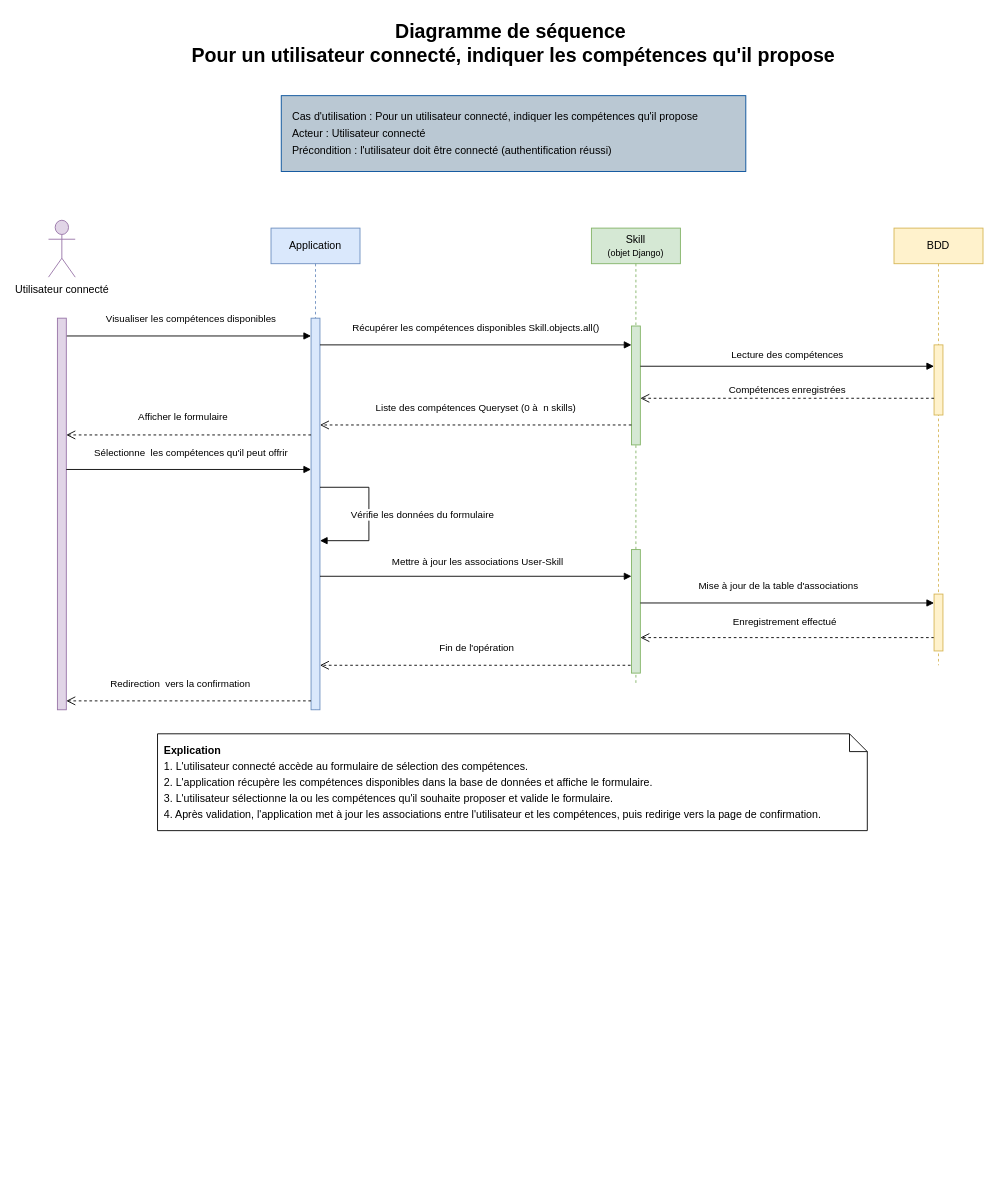
This is page "diagramme de séquence" (3 of 4) of doc/UMLSkillsExchange.drawio from alfaro-b/Eval_Web_Python, a draw.io file, before an edit. Source tidied: cells renumbered, new cells numbered last; positions are measured from the earlier drawing's top-left corner, leaving out a move shared by most shapes. Both pictures are drawn from the tidied source at 89%, with x=0, y=0 at pixel (48, 15).
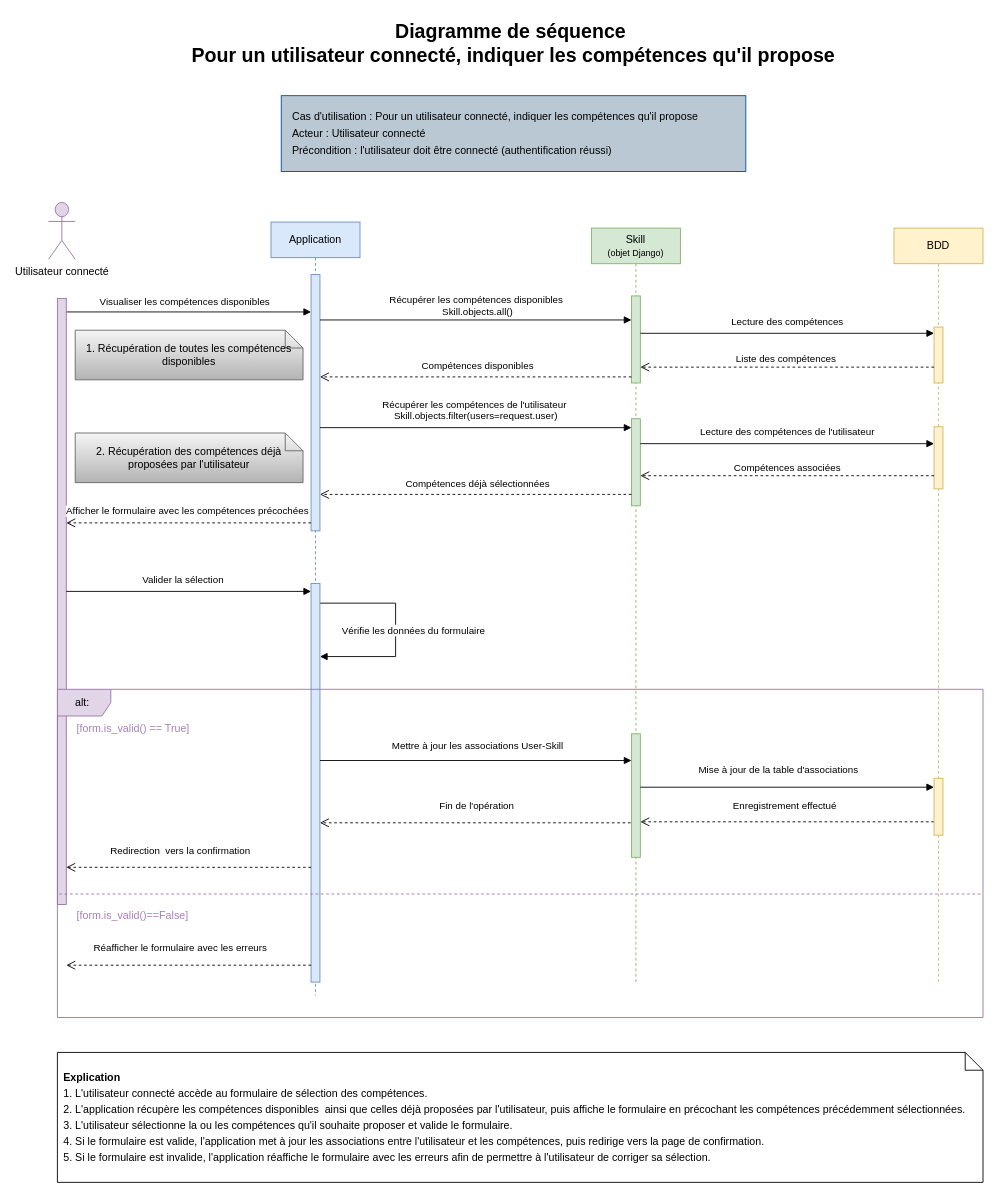
Above is the later version.

Commit message (it also covers changes not shown here):
Correction : modif du diagramme de séquence

The edit, as a diff of the source:
```diff
@@
     <mxCell id="2" value="BDD" style="shape=umlLifeline;perimeter=lifelinePerimeter;whiteSpace=wrap;html=1;newEdgeStyle={&quot;curved&quot;:0,&quot;rounded&quot;:0};fillColor=#fff2cc;strokeColor=#d6b656;" parent="1" vertex="1">
-      <mxGeometry x="950" y="238.8" width="100" height="491.2" as="geometry" />
+      <mxGeometry x="950" y="238.8" width="100" height="847.2" as="geometry" />
     </mxCell>
     <mxCell id="3" style="html=1;perimeter=orthogonalPerimeter;targetShapes=umlLifeline;newEdgeStyle={&quot;curved&quot;:0,&quot;rounded&quot;:0};fillColor=#fff2cc;strokeColor=#d6b656;" parent="2" vertex="1">
-      <mxGeometry x="45" y="131.2" width="10" height="78.8" as="geometry" />
+      <mxGeometry x="45" y="111.2" width="10" height="62.8" as="geometry" />
     </mxCell>
+    <mxCell id="29" style="html=1;perimeter=orthogonalPerimeter;targetShapes=umlLifeline;newEdgeStyle={&quot;curved&quot;:0,&quot;rounded&quot;:0};fillColor=#fff2cc;strokeColor=#d6b656;" parent="2" vertex="1">
+      <mxGeometry x="45" y="223.2" width="10" height="69.8" as="geometry" />
+    </mxCell>
     <mxCell id="4" value="Application" style="shape=umlLifeline;perimeter=lifelinePerimeter;whiteSpace=wrap;html=1;newEdgeStyle={&quot;curved&quot;:0,&quot;rounded&quot;:0};fillColor=#dae8fc;strokeColor=#6c8ebf;" parent="1" vertex="1">
-      <mxGeometry x="250" y="238.8" width="100" height="541.2" as="geometry" />
+      <mxGeometry x="250" y="232" width="100" height="869" as="geometry" />
     </mxCell>
     <mxCell id="5" style="html=1;points=[[0,0,0,0,5],[0,1,0,0,-5],[1,0,0,0,5],[1,1,0,0,-5]];perimeter=orthogonalPerimeter;outlineConnect=0;targetShapes=umlLifeline;portConstraint=eastwest;newEdgeStyle={&quot;curved&quot;:0,&quot;rounded&quot;:0};fillColor=#dae8fc;strokeColor=#6c8ebf;" parent="4" vertex="1">
-      <mxGeometry x="45" y="101.2" width="10" height="440" as="geometry" />
+      <mxGeometry x="45" y="59" width="10" height="288" as="geometry" />
     </mxCell>
     <mxCell id="6" value="Vérifie les données du formulaire" style="html=1;verticalAlign=bottom;endArrow=block;curved=0;rounded=0;edgeStyle=orthogonalEdgeStyle;innerLoopWaypoints=1;" parent="4" edge="1">
-      <mxGeometry x="0.12" y="60" relative="1" as="geometry">
-        <mxPoint x="55" y="291.2" as="sourcePoint" />
-        <mxPoint x="55" y="351.2" as="targetPoint" />
+      <mxGeometry x="0.09" y="20" relative="1" as="geometry">
+        <mxPoint x="55" y="428.2" as="sourcePoint" />
+        <mxPoint x="55" y="488.2" as="targetPoint" />
         <Array as="points">
-          <mxPoint x="110" y="291.2" />
-          <mxPoint x="110" y="351.2" />
+          <mxPoint x="140" y="428.2" />
+          <mxPoint x="140" y="488.2" />
         </Array>
       </mxGeometry>
     </mxCell>
+    <mxCell id="30" style="html=1;perimeter=orthogonalPerimeter;targetShapes=umlLifeline;newEdgeStyle={&quot;curved&quot;:0,&quot;rounded&quot;:0};fillColor=#dae8fc;strokeColor=#6c8ebf;" parent="4" vertex="1">
+      <mxGeometry x="45" y="406" width="10" height="448" as="geometry" />
+    </mxCell>
     <mxCell id="7" value="Skill&lt;div&gt;&lt;font style=&quot;font-size: 10px;&quot;&gt;(objet Django)&lt;/font&gt;&lt;/div&gt;" style="shape=umlLifeline;perimeter=lifelinePerimeter;whiteSpace=wrap;html=1;newEdgeStyle={&quot;curved&quot;:0,&quot;rounded&quot;:0};fillColor=#d5e8d4;strokeColor=#82b366;" parent="1" vertex="1">
-      <mxGeometry x="610" y="238.8" width="100" height="511.2" as="geometry" />
+      <mxGeometry x="610" y="238.8" width="100" height="847.2" as="geometry" />
     </mxCell>
     <mxCell id="8" style="html=1;points=[[0,0,0,0,5],[0,1,0,0,-5],[1,0,0,0,5],[1,1,0,0,-5]];perimeter=orthogonalPerimeter;outlineConnect=0;targetShapes=umlLifeline;portConstraint=eastwest;newEdgeStyle={&quot;curved&quot;:0,&quot;rounded&quot;:0};fillColor=#d5e8d4;strokeColor=#82b366;" parent="7" vertex="1">
-      <mxGeometry x="45" y="110" width="10" height="133.6" as="geometry" />
+      <mxGeometry x="45" y="76.2" width="10" height="97.8" as="geometry" />
     </mxCell>
     <mxCell id="9" style="html=1;points=[[0,0,0,0,5],[0,1,0,0,-5],[1,0,0,0,5],[1,1,0,0,-5]];perimeter=orthogonalPerimeter;outlineConnect=0;targetShapes=umlLifeline;portConstraint=eastwest;newEdgeStyle={&quot;curved&quot;:0,&quot;rounded&quot;:0};fillColor=#d5e8d4;strokeColor=#82b366;" parent="7" vertex="1">
-      <mxGeometry x="45" y="361.2" width="10" height="138.8" as="geometry" />
+      <mxGeometry x="45" y="568.2" width="10" height="138.8" as="geometry" />
     </mxCell>
+    <mxCell id="31" style="html=1;perimeter=orthogonalPerimeter;targetShapes=umlLifeline;newEdgeStyle={&quot;curved&quot;:0,&quot;rounded&quot;:0};fillColor=#d5e8d4;strokeColor=#82b366;" parent="7" vertex="1">
+      <mxGeometry x="45" y="214.2" width="10" height="97.8" as="geometry" />
+    </mxCell>
     <mxCell id="10" value="Utilisateur connecté" style="shape=umlActor;verticalLabelPosition=bottom;verticalAlign=top;html=1;fillColor=#e1d5e7;strokeColor=#9673a6;" parent="1" vertex="1">
-      <mxGeometry y="230" width="30" height="63.9" as="geometry" />
+      <mxGeometry y="210" width="30" height="63.9" as="geometry" />
     </mxCell>
-    <mxCell id="11" value="Visualiser les compétences disponibles" style="html=1;verticalAlign=bottom;endArrow=block;curved=0;rounded=0;" parent="1" edge="1" target="5">
-      <mxGeometry x="0.02" y="10" relative="1" as="geometry">
-        <mxPoint x="20" y="360" as="sourcePoint" />
+    <mxCell id="11" value="Visualiser les compétences disponibles" style="html=1;verticalAlign=bottom;endArrow=block;curved=0;rounded=0;" parent="1" edge="1">
+      <mxGeometry x="-0.03" y="2" relative="1" as="geometry">
+        <mxPoint x="20" y="333" as="sourcePoint" />
+        <mxPoint x="295" y="333" as="targetPoint" />
       </mxGeometry>
     </mxCell>
     <mxCell id="12" style="html=1;perimeter=orthogonalPerimeter;targetShapes=umlLifeline;newEdgeStyle={&quot;curved&quot;:0,&quot;rounded&quot;:0};fillColor=#e1d5e7;strokeColor=#9673a6;" parent="1" vertex="1">
-      <mxGeometry x="10" y="340" width="10" height="440" as="geometry" />
+      <mxGeometry x="10" y="317.8" width="10" height="681" as="geometry" />
     </mxCell>
-    <mxCell id="13" value="Récupérer les compétences disponibles Skill.objects.all()" style="html=1;verticalAlign=bottom;endArrow=block;curved=0;rounded=0;" parent="1" edge="1" target="8">
-      <mxGeometry y="10" relative="1" as="geometry">
-        <mxPoint x="305" y="370" as="sourcePoint" />
+    <mxCell id="13" value="Récupérer les compétences disponibles&amp;nbsp;&lt;div&gt;Skill.objects.all()&lt;/div&gt;" style="html=1;verticalAlign=bottom;endArrow=block;curved=0;rounded=0;" parent="1" edge="1">
+      <mxGeometry x="0.01" relative="1" as="geometry">
+        <mxPoint x="305" y="342" as="sourcePoint" />
+        <mxPoint x="655" y="342" as="targetPoint" />
       </mxGeometry>
     </mxCell>
-    <mxCell id="14" value="Liste des compétences Queryset (0 à&amp;nbsp; n skills)" style="html=1;verticalAlign=bottom;endArrow=open;dashed=1;endSize=8;curved=0;rounded=0;" parent="1" edge="1" source="8">
-      <mxGeometry y="-10" relative="1" as="geometry">
-        <mxPoint x="305" y="460" as="targetPoint" />
+    <mxCell id="14" value="Compétences disponibles" style="html=1;verticalAlign=bottom;endArrow=open;dashed=1;endSize=8;curved=0;rounded=0;" parent="1" edge="1">
+      <mxGeometry x="-0.01" y="-3" relative="1" as="geometry">
+        <mxPoint x="655" y="406" as="sourcePoint" />
+        <mxPoint x="305" y="406" as="targetPoint" />
       </mxGeometry>
     </mxCell>
     <mxCell id="15" value="Fin de l'opération" style="html=1;verticalAlign=bottom;endArrow=open;dashed=1;endSize=8;curved=0;rounded=0;exitX=-0.1;exitY=0.854;exitDx=0;exitDy=0;exitPerimeter=0;" parent="1" edge="1">
       <mxGeometry x="-0.01" y="-10" relative="1" as="geometry">
-        <mxPoint x="654" y="730" as="sourcePoint" />
-        <mxPoint x="305" y="730" as="targetPoint" />
+        <mxPoint x="654" y="907" as="sourcePoint" />
+        <mxPoint x="305" y="907" as="targetPoint" />
       </mxGeometry>
     </mxCell>
@@
-    <mxCell id="18" value="&lt;div style=&quot;line-height: 150%;&quot;&gt;&lt;b&gt;Explication&lt;/b&gt;&lt;div&gt;1. L'utilisateur connecté accède au formulaire de sélection des compétences.&lt;/div&gt;&lt;div&gt;2. L'application récupère les compétences disponibles dans la base de données et affiche le formulaire.&lt;/div&gt;&lt;div&gt;3. L'utilisateur sélectionne la ou les compétences qu'il souhaite proposer et valide le formulaire.&lt;/div&gt;&lt;div&gt;4. Après validation, l'application met à jour les associations entre l'utilisateur et les compétences, puis redirige vers la page de confirmation.&lt;/div&gt;&lt;/div&gt;" style="shape=note;size=20;whiteSpace=wrap;html=1;align=left;spacingLeft=5;" parent="1" vertex="1">
-      <mxGeometry x="122.5" y="807" width="797.5" height="108.8" as="geometry" />
+    <mxCell id="18" value="&lt;div style=&quot;line-height: 150%;&quot;&gt;&lt;b&gt;Explication&lt;/b&gt;&lt;div&gt;1. L'utilisateur connecté accède au formulaire de sélection des compétences.&lt;/div&gt;&lt;div&gt;2. L'application récupère les compétences disponibles&amp;nbsp; ainsi que celles déjà proposées par l'utilisateur, puis affiche le formulaire en précochant les compétences précédemment sélectionnées.&lt;/div&gt;&lt;div&gt;3. L'utilisateur sélectionne la ou les compétences qu'il souhaite proposer et valide le formulaire.&lt;/div&gt;&lt;div&gt;4. Si le formulaire est valide, l'application met à jour les associations entre l'utilisateur et les compétences, puis redirige vers la page de confirmation.&lt;/div&gt;&lt;div&gt;5. Si le formulaire est invalide, l'application réaffiche le formulaire avec les erreurs afin de permettre à l'utilisateur de corriger sa sélection.&lt;/div&gt;&lt;/div&gt;" style="shape=note;size=20;whiteSpace=wrap;html=1;align=left;spacingLeft=5;" parent="1" vertex="1">
+      <mxGeometry x="10" y="1165" width="1040" height="146" as="geometry" />
     </mxCell>
-    <mxCell id="19" value="Lecture des compétences" style="html=1;verticalAlign=bottom;endArrow=block;curved=0;rounded=0;" parent="1" edge="1" source="8">
+    <mxCell id="19" value="Lecture des compétences" style="html=1;verticalAlign=bottom;endArrow=block;curved=0;rounded=0;" parent="1" edge="1">
       <mxGeometry y="4" relative="1" as="geometry">
-        <mxPoint x="995" y="394" as="targetPoint" />
+        <mxPoint x="665" y="357" as="sourcePoint" />
+        <mxPoint x="995" y="357" as="targetPoint" />
       </mxGeometry>
     </mxCell>
-    <mxCell id="20" value="Compétences enregistrées" style="html=1;verticalAlign=bottom;endArrow=open;dashed=1;endSize=8;curved=0;rounded=0;" parent="1" edge="1" target="8">
+    <mxCell id="20" value="Liste des compétences&amp;nbsp;" style="html=1;verticalAlign=bottom;endArrow=open;dashed=1;endSize=8;curved=0;rounded=0;" parent="1" edge="1">
       <mxGeometry relative="1" as="geometry">
-        <mxPoint x="995" y="430" as="sourcePoint" />
+        <mxPoint x="995" y="395" as="sourcePoint" />
+        <mxPoint x="665" y="395" as="targetPoint" />
       </mxGeometry>
     </mxCell>
-    <mxCell id="21" value="Afficher le formulaire" style="html=1;verticalAlign=bottom;endArrow=open;dashed=1;endSize=8;curved=0;rounded=0;" parent="1" edge="1" source="5">
-      <mxGeometry x="0.05" y="-11" relative="1" as="geometry">
-        <mxPoint x="20" y="471.2" as="targetPoint" />
+    <mxCell id="21" value="Afficher le formulaire avec les compétences précochées" style="html=1;verticalAlign=bottom;endArrow=open;dashed=1;endSize=8;curved=0;rounded=0;" parent="1" edge="1">
+      <mxGeometry x="0.01" y="-4" relative="1" as="geometry">
+        <mxPoint x="295" y="570" as="sourcePoint" />
+        <mxPoint x="20" y="570" as="targetPoint" />
       </mxGeometry>
     </mxCell>
-    <mxCell id="22" value="Sélectionne&amp;nbsp; les compétences qu'il peut offrir" style="html=1;verticalAlign=bottom;endArrow=block;curved=0;rounded=0;" parent="1" edge="1" target="5">
-      <mxGeometry x="0.02" y="10" relative="1" as="geometry">
-        <mxPoint x="20" y="510" as="sourcePoint" />
+    <mxCell id="22" value="Valider la sélection" style="html=1;verticalAlign=bottom;endArrow=block;curved=0;rounded=0;" parent="1" edge="1">
+      <mxGeometry x="-0.05" y="4" relative="1" as="geometry">
+        <mxPoint x="20" y="647" as="sourcePoint" />
+        <mxPoint x="295" y="647" as="targetPoint" />
       </mxGeometry>
     </mxCell>
     <mxCell id="23" value="Mise à jour de la table d'associations" style="html=1;verticalAlign=bottom;endArrow=block;curved=0;rounded=0;" parent="1" edge="1" source="9">
       <mxGeometry x="-0.06" y="10" relative="1" as="geometry">
-        <mxPoint x="995" y="660" as="targetPoint" />
+        <mxPoint x="995" y="867" as="targetPoint" />
       </mxGeometry>
     </mxCell>
     <mxCell id="24" value="Enregistrement effectué" style="html=1;verticalAlign=bottom;endArrow=open;dashed=1;endSize=8;curved=0;rounded=0;" parent="1" edge="1" target="9">
       <mxGeometry x="0.02" y="-9" relative="1" as="geometry">
-        <mxPoint x="995" y="698.9" as="sourcePoint" />
+        <mxPoint x="995" y="905.9" as="sourcePoint" />
         <Array as="points">
-          <mxPoint x="750" y="698.9" />
+          <mxPoint x="750" y="905.9" />
         </Array>
       </mxGeometry>
     </mxCell>
     <mxCell id="25" style="html=1;verticalAlign=bottom;endArrow=open;dashed=1;endSize=8;curved=0;rounded=0;" parent="1" edge="1" target="26">
       <mxGeometry x="-0.02" relative="1" as="geometry">
-        <mxPoint x="995" y="660" as="sourcePoint" />
+        <mxPoint x="995" y="867" as="sourcePoint" />
       </mxGeometry>
     </mxCell>
     <mxCell id="26" style="html=1;points=[[0,0,0,0,5],[0,1,0,0,-5],[1,0,0,0,5],[1,1,0,0,-5]];perimeter=orthogonalPerimeter;outlineConnect=0;targetShapes=umlLifeline;portConstraint=eastwest;newEdgeStyle={&quot;curved&quot;:0,&quot;rounded&quot;:0};fillColor=#fff2cc;strokeColor=#d6b656;" parent="1" vertex="1">
-      <mxGeometry x="995" y="650" width="10" height="63.9" as="geometry" />
+      <mxGeometry x="995" y="857" width="10" height="63.9" as="geometry" />
     </mxCell>
-    <mxCell id="27" value="Mettre à jour les associations User-Skill" style="html=1;verticalAlign=bottom;endArrow=block;curved=0;rounded=0;" parent="1" edge="1" target="9">
+    <mxCell id="27" value="Mettre à jour les associations User-Skill" style="html=1;verticalAlign=bottom;endArrow=block;curved=0;rounded=0;" parent="1" edge="1">
       <mxGeometry x="0.01" y="7" relative="1" as="geometry">
-        <mxPoint x="305" y="630" as="sourcePoint" />
+        <mxPoint x="305" y="837" as="sourcePoint" />
+        <mxPoint x="655" y="837" as="targetPoint" />
       </mxGeometry>
     </mxCell>
-    <mxCell id="28" value="Redirection&amp;nbsp; vers la confirmation" style="html=1;verticalAlign=bottom;endArrow=open;dashed=1;endSize=8;curved=0;rounded=0;" parent="1" edge="1" source="5">
+    <mxCell id="28" value="Redirection&amp;nbsp; vers la confirmation" style="html=1;verticalAlign=bottom;endArrow=open;dashed=1;endSize=8;curved=0;rounded=0;" parent="1" edge="1">
       <mxGeometry x="0.07" y="-10" relative="1" as="geometry">
-        <mxPoint x="20" y="770" as="targetPoint" />
+        <mxPoint x="295" y="957" as="sourcePoint" />
+        <mxPoint x="20" y="957" as="targetPoint" />
       </mxGeometry>
     </mxCell>
+    <mxCell id="32" value="alt:&amp;nbsp;" style="shape=umlFrame;whiteSpace=wrap;html=1;width=60;height=30;fillColor=#e1d5e7;strokeColor=#9673a6;" parent="1" vertex="1">
+      <mxGeometry x="10" y="757" width="1040" height="368.8" as="geometry" />
+    </mxCell>
+    <mxCell id="33" value="[form.is_valid() == True]" style="text;html=1;whiteSpace=wrap;align=left;verticalAlign=middle;rounded=0;fontColor=light-dark(#A680B8,#EDEDED);" parent="1" vertex="1">
+      <mxGeometry x="30" y="787" width="160" height="30" as="geometry" />
+    </mxCell>
+    <mxCell id="34" style="endArrow=none;dashed=1;html=1;rounded=0;entryX=0.998;entryY=0.659;entryDx=0;entryDy=0;entryPerimeter=0;fontColor=#A680B8;labelBorderColor=#A680B8;fillColor=#e1d5e7;strokeColor=#9673a6;" parent="1" edge="1">
+      <mxGeometry relative="1" as="geometry">
+        <mxPoint x="12.1" y="987" as="sourcePoint" />
+        <mxPoint x="1050" y="987" as="targetPoint" />
+      </mxGeometry>
+    </mxCell>
+    <mxCell id="35" value="[form.is_valid()==False]" style="text;html=1;whiteSpace=wrap;strokeColor=none;fillColor=none;align=left;verticalAlign=middle;rounded=0;fontColor=#A680B8;" parent="1" vertex="1">
+      <mxGeometry x="30" y="997" width="125" height="30" as="geometry" />
+    </mxCell>
+    <mxCell id="36" value="Réafficher le formulaire avec les erreurs" style="html=1;verticalAlign=bottom;endArrow=open;dashed=1;endSize=8;curved=0;rounded=0;" parent="1" edge="1">
+      <mxGeometry x="0.07" y="-10" relative="1" as="geometry">
+        <mxPoint x="295" y="1067" as="sourcePoint" />
+        <mxPoint x="20" y="1067" as="targetPoint" />
+      </mxGeometry>
+    </mxCell>
+    <mxCell id="37" value="Récupérer les compétences de l'utilisateur&amp;nbsp;&lt;div&gt;S&lt;span style=&quot;background-color: light-dark(#ffffff, var(--ge-dark-color, #121212)); color: light-dark(#000000, var(--ge-light-color, #ffffff));&quot;&gt;kill.objects.filter(users=request.user)&lt;/span&gt;&lt;/div&gt;" style="html=1;verticalAlign=bottom;endArrow=block;curved=0;rounded=0;" parent="1" edge="1">
+      <mxGeometry y="4" relative="1" as="geometry">
+        <mxPoint x="305" y="463" as="sourcePoint" />
+        <mxPoint x="655" y="463" as="targetPoint" />
+      </mxGeometry>
+    </mxCell>
+    <mxCell id="38" value="Lecture des compétences de l'utilisateur" style="html=1;verticalAlign=bottom;endArrow=block;curved=0;rounded=0;" parent="1" edge="1">
+      <mxGeometry y="4" relative="1" as="geometry">
+        <mxPoint x="665" y="481" as="sourcePoint" />
+        <mxPoint x="995" y="481" as="targetPoint" />
+      </mxGeometry>
+    </mxCell>
+    <mxCell id="39" value="Compétences associées" style="html=1;verticalAlign=bottom;endArrow=open;dashed=1;endSize=8;curved=0;rounded=0;" parent="1" edge="1">
+      <mxGeometry relative="1" as="geometry">
+        <mxPoint x="995" y="517" as="sourcePoint" />
+        <mxPoint x="665" y="517" as="targetPoint" />
+      </mxGeometry>
+    </mxCell>
+    <mxCell id="40" value="Compétences déjà sélectionnées" style="html=1;verticalAlign=bottom;endArrow=open;dashed=1;endSize=8;curved=0;rounded=0;" parent="1" edge="1">
+      <mxGeometry x="-0.01" y="-3" relative="1" as="geometry">
+        <mxPoint x="655" y="538" as="sourcePoint" />
+        <mxPoint x="305" y="538" as="targetPoint" />
+      </mxGeometry>
+    </mxCell>
+    <mxCell id="41" value="1. Récupération de toutes les compétences disponibles" style="shape=note;size=20;whiteSpace=wrap;html=1;fillColor=#f5f5f5;strokeColor=#666666;gradientColor=#b3b3b3;" parent="1" vertex="1">
+      <mxGeometry x="30" y="353.5" width="256" height="55.8" as="geometry" />
+    </mxCell>
+    <mxCell id="42" value="2. Récupération des compétences déjà proposées par l'utilisateur" style="shape=note;size=20;whiteSpace=wrap;html=1;fillColor=#f5f5f5;strokeColor=#666666;gradientColor=#b3b3b3;" parent="1" vertex="1">
+      <mxGeometry x="30" y="469" width="256" height="55.8" as="geometry" />
+    </mxCell>
```
